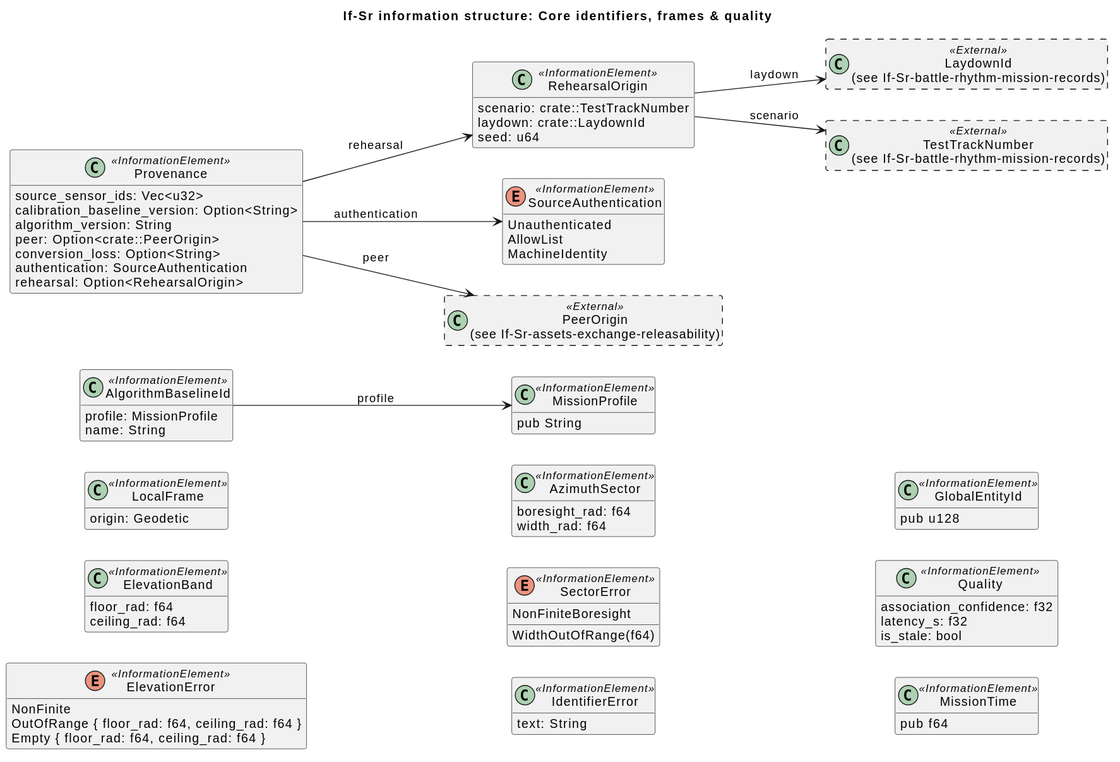
The PlantUML diagram docs/architecture/uaf/rendered/information/If-Sr-core-identifiers-frames-quality.svg in WayneRoessling/gungnir, before a commit.
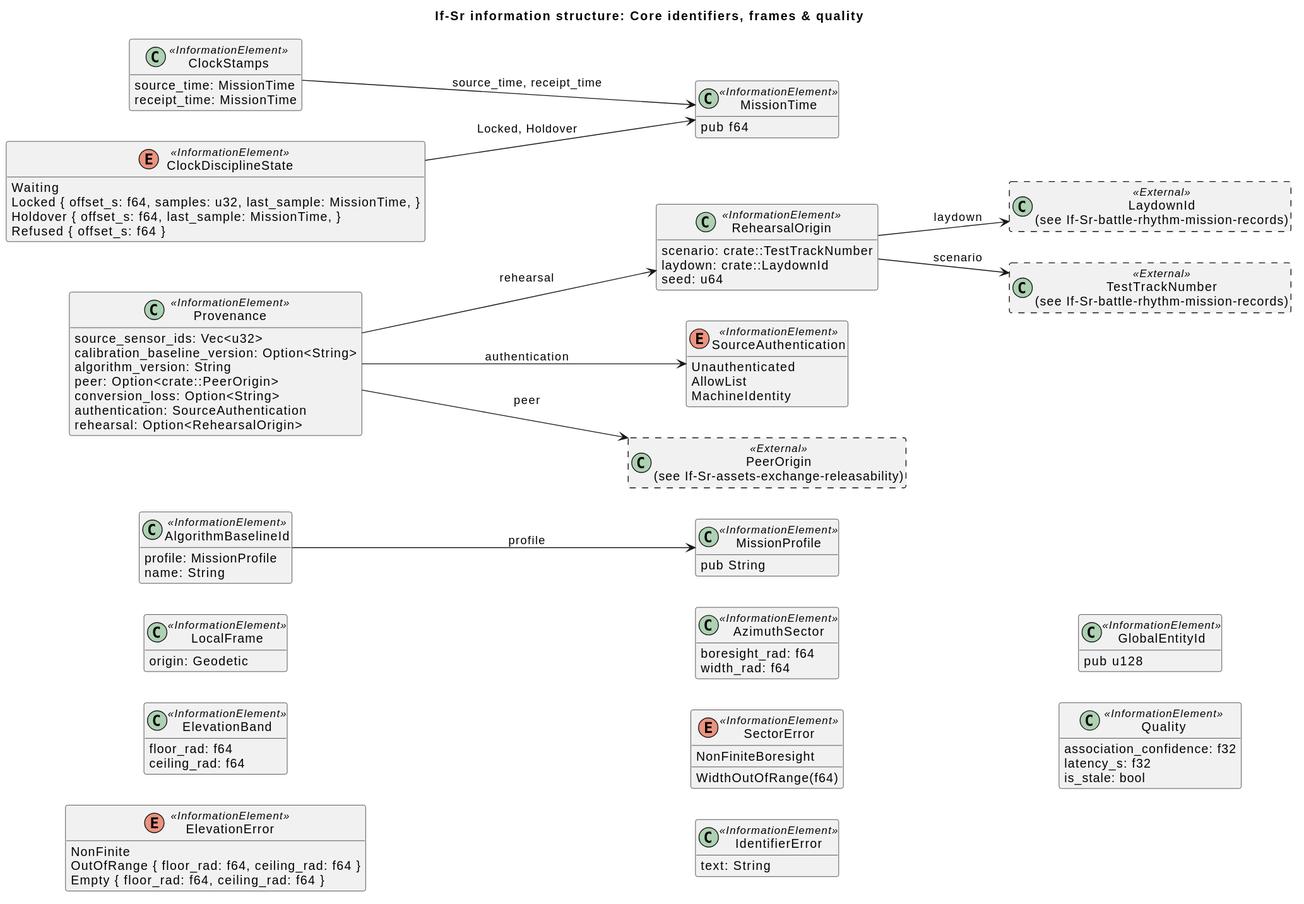
After the commit.

What changed in the source:
```diff
@@ -63,6 +63,16 @@
 class "MissionTime" as MissionTime <<InformationElement>> {
   pub f64
 }
+class "ClockStamps" as ClockStamps <<InformationElement>> {
+  source_time: MissionTime
+  receipt_time: MissionTime
+}
+enum "ClockDisciplineState" as ClockDisciplineState <<InformationElement>> {
+  Waiting
+  Locked { offset_s: f64, samples: u32, last_sample: MissionTime, }
+  Holdover { offset_s: f64, last_sample: MissionTime, }
+  Refused { offset_s: f64 }
+}
 class "LaydownId\n(see If-Sr-battle-rhythm-mission-records)" as LaydownId <<External>> #line.dashed {
 }
 class "PeerOrigin\n(see If-Sr-assets-exchange-releasability)" as PeerOrigin <<External>> #line.dashed {
@@ -75,4 +85,6 @@
 Provenance --> SourceAuthentication : authentication
 RehearsalOrigin --> LaydownId : laydown
 RehearsalOrigin --> TestTrackNumber : scenario
+ClockStamps --> MissionTime : source_time, receipt_time
+ClockDisciplineState --> MissionTime : Locked, Holdover
 @enduml
```
